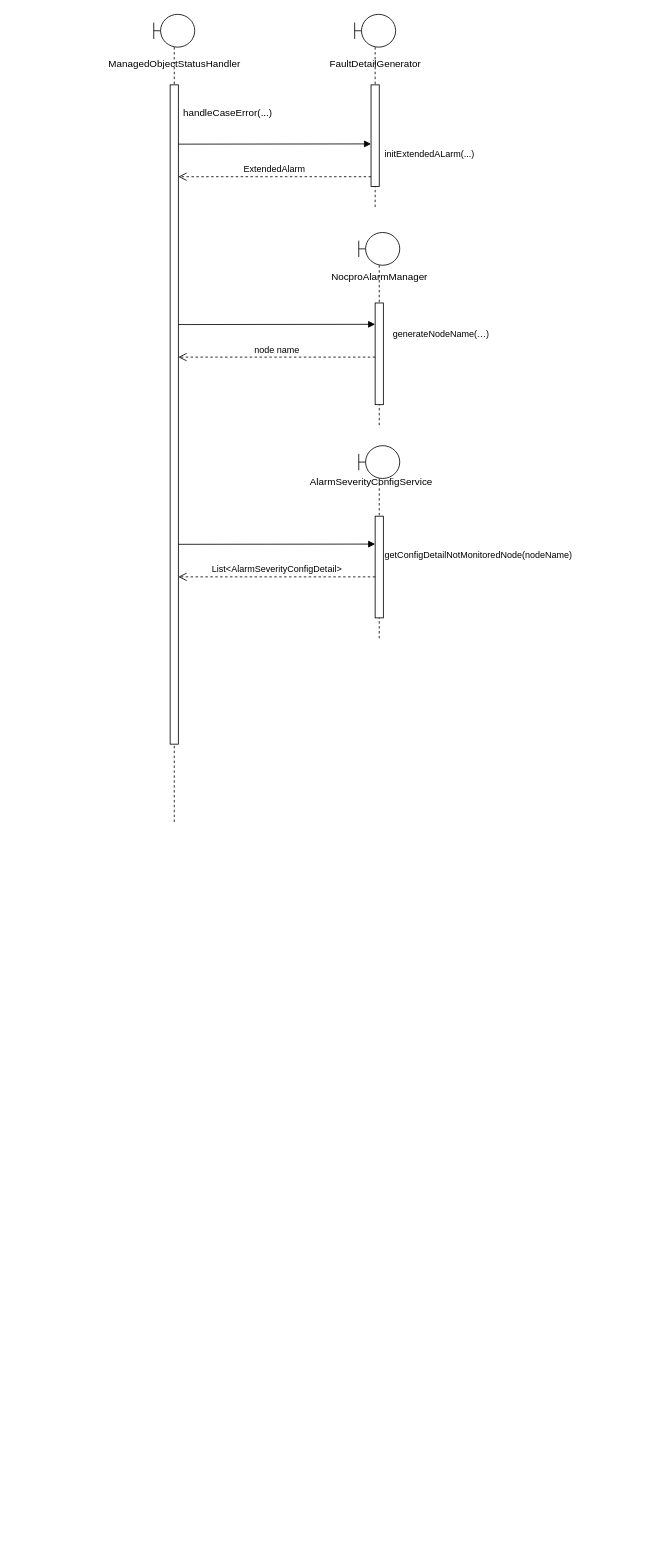
hiep1097/drawio keeps this draw.io diagram as page "Luồng dữ liệu" (2 of 2) of change_alarm_severity.drawio. Above is the earlier version. Source tidied: cells renumbered, new cells numbered last; positions are measured from the earlier drawing's top-left corner, leaving out a move shared by most shapes. Both pictures are drawn from the tidied source at 82%, with x=0, y=0 at pixel (100, 14).
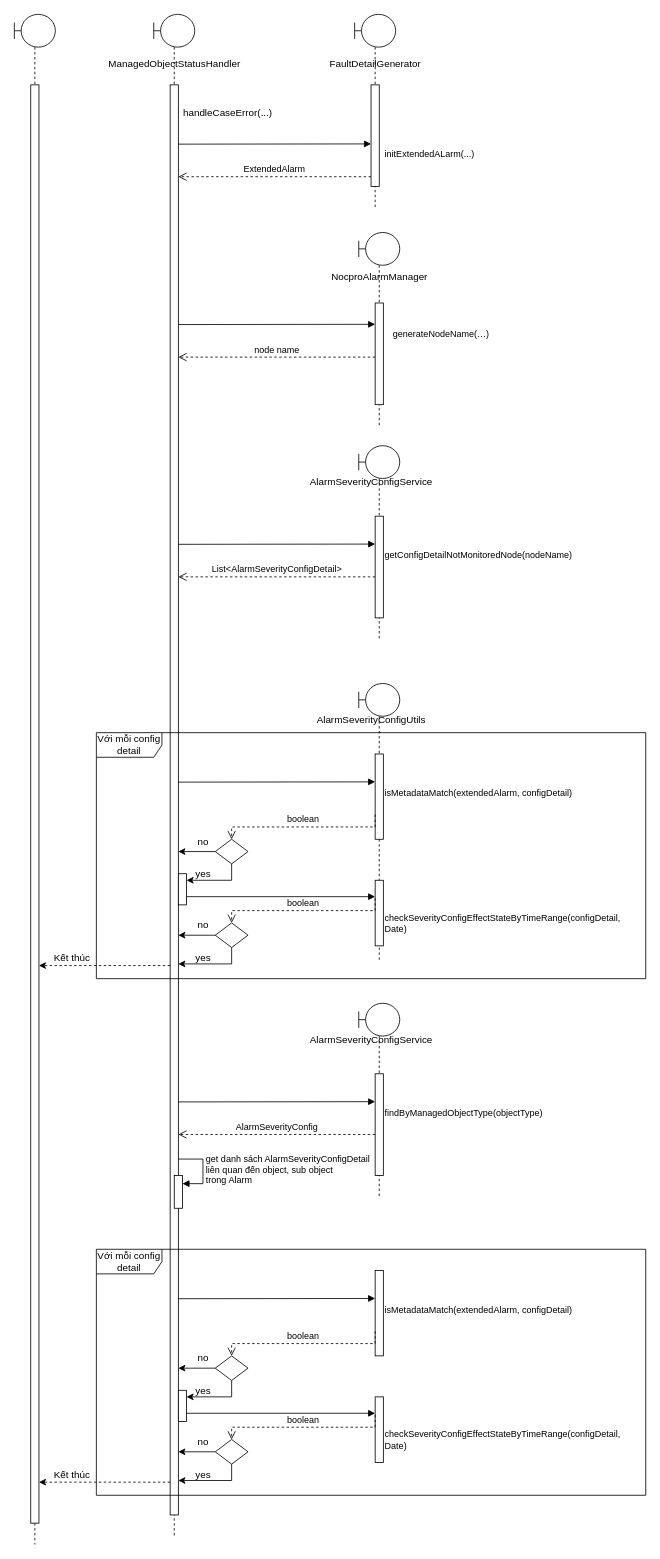
Above is the later version.

Commit message (it also covers changes not shown here):
Cập nhật change_alarm_severity.drawio

Change to the diagram source:
```diff
@@
     <mxCell id="2" style="shape=umlLifeline;perimeter=lifelinePerimeter;whiteSpace=wrap;html=1;newEdgeStyle={&quot;edgeStyle&quot;:&quot;elbowEdgeStyle&quot;,&quot;elbow&quot;:&quot;vertical&quot;,&quot;curved&quot;:0,&quot;rounded&quot;:0};participant=umlBoundary;" parent="1" vertex="1">
-      <mxGeometry x="65" width="50" height="986" as="geometry" />
+      <mxGeometry x="65" width="50" height="1856" as="geometry" />
     </mxCell>
     <mxCell id="3" style="html=1;points=[];perimeter=orthogonalPerimeter;outlineConnect=0;targetShapes=umlLifeline;portConstraint=eastwest;newEdgeStyle={&quot;edgeStyle&quot;:&quot;elbowEdgeStyle&quot;,&quot;elbow&quot;:&quot;vertical&quot;,&quot;curved&quot;:0,&quot;rounded&quot;:0};" parent="2" vertex="1">
-      <mxGeometry x="20" y="86" width="10" height="804" as="geometry" />
+      <mxGeometry x="20" y="86" width="10" height="1744" as="geometry" />
     </mxCell>
@@
+    <mxCell id="24" style="shape=umlLifeline;perimeter=lifelinePerimeter;whiteSpace=wrap;html=1;newEdgeStyle={&quot;edgeStyle&quot;:&quot;elbowEdgeStyle&quot;,&quot;elbow&quot;:&quot;vertical&quot;,&quot;curved&quot;:0,&quot;rounded&quot;:0};participant=umlBoundary;size=40;" parent="1" vertex="1">
+      <mxGeometry x="315" y="816" width="50" height="340" as="geometry" />
+    </mxCell>
+    <mxCell id="25" style="html=1;perimeter=orthogonalPerimeter;targetShapes=umlLifeline;newEdgeStyle={&quot;edgeStyle&quot;:&quot;elbowEdgeStyle&quot;,&quot;elbow&quot;:&quot;vertical&quot;,&quot;curved&quot;:0,&quot;rounded&quot;:0};" parent="24" vertex="1">
+      <mxGeometry x="20" y="86" width="10" height="104" as="geometry" />
+    </mxCell>
+    <mxCell id="26" value="AlarmSeverityConfigUtils" style="text;html=1;align=center;verticalAlign=middle;strokeColor=none;fillColor=none;fontSize=12;" parent="1" vertex="1">
+      <mxGeometry x="250" y="846" width="160" height="30" as="geometry" />
+    </mxCell>
+    <mxCell id="27" style="html=1;verticalAlign=bottom;endArrow=block;edgeStyle=elbowEdgeStyle;elbow=vertical;curved=0;rounded=0;" parent="1" edge="1">
+      <mxGeometry relative="1" as="geometry">
+        <mxPoint x="95" y="936.3" as="sourcePoint" />
+        <mxPoint x="335" y="936" as="targetPoint" />
+      </mxGeometry>
+    </mxCell>
+    <mxCell id="28" value="&lt;span style=&quot;font-size: 11px; background-color: rgb(255, 255, 255);&quot;&gt;isMetadataMatch(extendedAlarm, configDetail)&lt;/span&gt;" style="text;whiteSpace=wrap;html=1;" parent="1" vertex="1">
+      <mxGeometry x="345" y="936" width="240" height="40" as="geometry" />
+    </mxCell>
+    <mxCell id="29" value="boolean" style="html=1;verticalAlign=bottom;endArrow=open;dashed=1;endSize=8;edgeStyle=elbowEdgeStyle;elbow=vertical;curved=0;rounded=0;" parent="1" edge="1" target="31">
+      <mxGeometry relative="1" as="geometry">
+        <mxPoint x="335" y="976" as="sourcePoint" />
+      </mxGeometry>
+    </mxCell>
+    <mxCell id="30" value="Với mỗi config detail" style="shape=umlFrame;whiteSpace=wrap;html=1;width=80;height=30;" parent="1" vertex="1">
+      <mxGeometry x="-5" y="876" width="670" height="300" as="geometry" />
+    </mxCell>
+    <mxCell id="31" style="rhombus;whiteSpace=wrap;html=1;" parent="1" vertex="1">
+      <mxGeometry x="140" y="1006" width="40" height="30" as="geometry" />
+    </mxCell>
+    <mxCell id="32" style="endArrow=classic;html=1;rounded=0;" parent="1" edge="1" source="31" target="3">
+      <mxGeometry relative="1" as="geometry" />
+    </mxCell>
+    <mxCell id="33" value="no" style="text;html=1;align=center;verticalAlign=middle;strokeColor=none;fillColor=none;" parent="1" vertex="1">
+      <mxGeometry x="105" y="994" width="40" height="30" as="geometry" />
+    </mxCell>
+    <mxCell id="34" style="endArrow=classic;html=1;rounded=0;" parent="1" edge="1" source="31" target="49">
+      <mxGeometry relative="1" as="geometry">
+        <Array as="points">
+          <mxPoint x="160" y="1056" />
+        </Array>
+      </mxGeometry>
+    </mxCell>
+    <mxCell id="35" value="yes" style="text;html=1;align=center;verticalAlign=middle;strokeColor=none;fillColor=none;" parent="1" vertex="1">
+      <mxGeometry x="105" y="1034" width="40" height="30" as="geometry" />
+    </mxCell>
+    <mxCell id="36" style="html=1;perimeter=orthogonalPerimeter;targetShapes=umlLifeline;newEdgeStyle={&quot;edgeStyle&quot;:&quot;elbowEdgeStyle&quot;,&quot;elbow&quot;:&quot;vertical&quot;,&quot;curved&quot;:0,&quot;rounded&quot;:0};" parent="1" vertex="1">
+      <mxGeometry x="335" y="1056" width="10" height="80" as="geometry" />
+    </mxCell>
+    <mxCell id="37" value="&lt;span style=&quot;font-size: 11px; background-color: rgb(255, 255, 255);&quot;&gt;checkSeverityConfigEffectStateByTimeRange(configDetail, Date)&lt;/span&gt;" style="text;whiteSpace=wrap;html=1;" parent="1" vertex="1">
+      <mxGeometry x="345" y="1088" width="220" height="38" as="geometry" />
+    </mxCell>
+    <mxCell id="38" style="html=1;verticalAlign=bottom;endArrow=block;edgeStyle=elbowEdgeStyle;elbow=vertical;curved=0;rounded=0;" parent="1" edge="1" source="49">
+      <mxGeometry relative="1" as="geometry">
+        <mxPoint x="335" y="1076.1" as="targetPoint" />
+      </mxGeometry>
+    </mxCell>
+    <mxCell id="39" value="boolean" style="html=1;verticalAlign=bottom;endArrow=open;dashed=1;endSize=8;edgeStyle=elbowEdgeStyle;elbow=vertical;curved=0;rounded=0;" parent="1" edge="1" target="40">
+      <mxGeometry relative="1" as="geometry">
+        <mxPoint x="335" y="1078" as="sourcePoint" />
+      </mxGeometry>
+    </mxCell>
+    <mxCell id="40" style="rhombus;whiteSpace=wrap;html=1;" parent="1" vertex="1">
+      <mxGeometry x="140" y="1108" width="40" height="30" as="geometry" />
+    </mxCell>
+    <mxCell id="41" value="no" style="text;html=1;align=center;verticalAlign=middle;strokeColor=none;fillColor=none;" parent="1" vertex="1">
+      <mxGeometry x="105" y="1096" width="40" height="30" as="geometry" />
+    </mxCell>
+    <mxCell id="42" style="endArrow=classic;html=1;rounded=0;" parent="1" edge="1" source="40">
+      <mxGeometry relative="1" as="geometry">
+        <mxPoint x="95" y="1158" as="targetPoint" />
+        <Array as="points">
+          <mxPoint x="160" y="1158" />
+        </Array>
+      </mxGeometry>
+    </mxCell>
+    <mxCell id="43" value="yes" style="text;html=1;align=center;verticalAlign=middle;strokeColor=none;fillColor=none;" parent="1" vertex="1">
+      <mxGeometry x="105" y="1136" width="40" height="30" as="geometry" />
+    </mxCell>
+    <mxCell id="44" style="endArrow=classic;html=1;rounded=0;" parent="1" edge="1" source="40" target="3">
+      <mxGeometry relative="1" as="geometry" />
+    </mxCell>
+    <mxCell id="45" style="shape=umlLifeline;perimeter=lifelinePerimeter;whiteSpace=wrap;html=1;newEdgeStyle={&quot;edgeStyle&quot;:&quot;elbowEdgeStyle&quot;,&quot;elbow&quot;:&quot;vertical&quot;,&quot;curved&quot;:0,&quot;rounded&quot;:0};participant=umlBoundary;" parent="1" vertex="1">
+      <mxGeometry x="-105" width="50" height="1866" as="geometry" />
+    </mxCell>
+    <mxCell id="46" style="html=1;perimeter=orthogonalPerimeter;targetShapes=umlLifeline;newEdgeStyle={&quot;edgeStyle&quot;:&quot;elbowEdgeStyle&quot;,&quot;elbow&quot;:&quot;vertical&quot;,&quot;curved&quot;:0,&quot;rounded&quot;:0};" parent="45" vertex="1">
+      <mxGeometry x="20" y="86" width="10" height="1754" as="geometry" />
+    </mxCell>
+    <mxCell id="47" style="endArrow=classic;html=1;rounded=0;dashed=1;" parent="1" edge="1">
+      <mxGeometry relative="1" as="geometry">
+        <mxPoint x="85" y="1160" as="sourcePoint" />
+        <mxPoint x="-75" y="1160" as="targetPoint" />
+      </mxGeometry>
+    </mxCell>
+    <mxCell id="48" value="Kết thúc" style="text;html=1;align=center;verticalAlign=middle;strokeColor=none;fillColor=none;" parent="1" vertex="1">
+      <mxGeometry x="-70" y="1136" width="70" height="30" as="geometry" />
+    </mxCell>
+    <mxCell id="49" style="html=1;points=[];perimeter=orthogonalPerimeter;outlineConnect=0;targetShapes=umlLifeline;portConstraint=eastwest;newEdgeStyle={&quot;edgeStyle&quot;:&quot;elbowEdgeStyle&quot;,&quot;elbow&quot;:&quot;vertical&quot;,&quot;curved&quot;:0,&quot;rounded&quot;:0};" parent="1" vertex="1">
+      <mxGeometry x="95" y="1048" width="10" height="38" as="geometry" />
+    </mxCell>
+    <mxCell id="50" style="shape=umlLifeline;perimeter=lifelinePerimeter;whiteSpace=wrap;html=1;newEdgeStyle={&quot;edgeStyle&quot;:&quot;elbowEdgeStyle&quot;,&quot;elbow&quot;:&quot;vertical&quot;,&quot;curved&quot;:0,&quot;rounded&quot;:0};participant=umlBoundary;size=40;" parent="1" vertex="1">
+      <mxGeometry x="315" y="1206" width="50" height="236" as="geometry" />
+    </mxCell>
+    <mxCell id="51" style="html=1;perimeter=orthogonalPerimeter;targetShapes=umlLifeline;newEdgeStyle={&quot;edgeStyle&quot;:&quot;elbowEdgeStyle&quot;,&quot;elbow&quot;:&quot;vertical&quot;,&quot;curved&quot;:0,&quot;rounded&quot;:0};" parent="50" vertex="1">
+      <mxGeometry x="20" y="86" width="10" height="124" as="geometry" />
+    </mxCell>
+    <mxCell id="52" value="AlarmSeverityConfigService" style="text;html=1;align=center;verticalAlign=middle;strokeColor=none;fillColor=none;fontSize=12;" parent="1" vertex="1">
+      <mxGeometry x="245" y="1236" width="170" height="30" as="geometry" />
+    </mxCell>
+    <mxCell id="53" style="html=1;verticalAlign=bottom;endArrow=block;edgeStyle=elbowEdgeStyle;elbow=vertical;curved=0;rounded=0;" parent="1" edge="1">
+      <mxGeometry relative="1" as="geometry">
+        <mxPoint x="95" y="1326.3" as="sourcePoint" />
+        <mxPoint x="335" y="1326" as="targetPoint" />
+      </mxGeometry>
+    </mxCell>
+    <mxCell id="54" value="&lt;span style=&quot;color: rgb(0, 0, 0); font-family: Helvetica; font-size: 11px; font-style: normal; font-variant-ligatures: normal; font-variant-caps: normal; font-weight: 400; letter-spacing: normal; orphans: 2; text-align: left; text-indent: 0px; text-transform: none; widows: 2; word-spacing: 0px; -webkit-text-stroke-width: 0px; background-color: rgb(255, 255, 255); text-decoration-thickness: initial; text-decoration-style: initial; text-decoration-color: initial; float: none; display: inline !important;&quot;&gt;findByManagedObjectType(objectType)&lt;/span&gt;" style="text;whiteSpace=wrap;html=1;" parent="1" vertex="1">
+      <mxGeometry x="345" y="1326" width="140" height="40" as="geometry" />
+    </mxCell>
+    <mxCell id="55" value="AlarmSeverityConfig" style="html=1;verticalAlign=bottom;endArrow=open;dashed=1;endSize=8;edgeStyle=elbowEdgeStyle;elbow=vertical;curved=0;rounded=0;" parent="1" edge="1">
+      <mxGeometry relative="1" as="geometry">
+        <mxPoint x="335" y="1366" as="sourcePoint" />
+        <mxPoint x="95" y="1366" as="targetPoint" />
+      </mxGeometry>
+    </mxCell>
+    <mxCell id="56" style="html=1;points=[];perimeter=orthogonalPerimeter;outlineConnect=0;targetShapes=umlLifeline;portConstraint=eastwest;newEdgeStyle={&quot;edgeStyle&quot;:&quot;elbowEdgeStyle&quot;,&quot;elbow&quot;:&quot;vertical&quot;,&quot;curved&quot;:0,&quot;rounded&quot;:0};" parent="1" vertex="1">
+      <mxGeometry x="90" y="1416" width="10" height="40" as="geometry" />
+    </mxCell>
+    <mxCell id="57" value="get danh sách AlarmSeverityConfigDetail&lt;br&gt;liên quan đến object, sub object &lt;br&gt;trong Alarm" style="html=1;align=left;spacingLeft=2;endArrow=block;rounded=0;edgeStyle=orthogonalEdgeStyle;curved=0;rounded=0;" parent="1" edge="1" target="56">
+      <mxGeometry relative="1" as="geometry">
+        <mxPoint x="95" y="1396" as="sourcePoint" />
+        <Array as="points">
+          <mxPoint x="125" y="1426" />
+        </Array>
+      </mxGeometry>
+    </mxCell>
+    <mxCell id="58" style="html=1;perimeter=orthogonalPerimeter;targetShapes=umlLifeline;newEdgeStyle={&quot;edgeStyle&quot;:&quot;elbowEdgeStyle&quot;,&quot;elbow&quot;:&quot;vertical&quot;,&quot;curved&quot;:0,&quot;rounded&quot;:0};" parent="1" vertex="1">
+      <mxGeometry x="335" y="1532" width="10" height="104" as="geometry" />
+    </mxCell>
+    <mxCell id="59" style="html=1;verticalAlign=bottom;endArrow=block;edgeStyle=elbowEdgeStyle;elbow=vertical;curved=0;rounded=0;" parent="1" edge="1">
+      <mxGeometry relative="1" as="geometry">
+        <mxPoint x="95" y="1566.3" as="sourcePoint" />
+        <mxPoint x="335" y="1566" as="targetPoint" />
+      </mxGeometry>
+    </mxCell>
+    <mxCell id="60" value="&lt;span style=&quot;font-size: 11px; background-color: rgb(255, 255, 255);&quot;&gt;isMetadataMatch(extendedAlarm, configDetail)&lt;/span&gt;" style="text;whiteSpace=wrap;html=1;" parent="1" vertex="1">
+      <mxGeometry x="345" y="1566" width="240" height="40" as="geometry" />
+    </mxCell>
+    <mxCell id="61" value="boolean" style="html=1;verticalAlign=bottom;endArrow=open;dashed=1;endSize=8;edgeStyle=elbowEdgeStyle;elbow=vertical;curved=0;rounded=0;" parent="1" edge="1" target="63">
+      <mxGeometry relative="1" as="geometry">
+        <mxPoint x="335" y="1606" as="sourcePoint" />
+      </mxGeometry>
+    </mxCell>
+    <mxCell id="62" value="Với mỗi config detail" style="shape=umlFrame;whiteSpace=wrap;html=1;width=80;height=30;" parent="1" vertex="1">
+      <mxGeometry x="-5" y="1506" width="670" height="300" as="geometry" />
+    </mxCell>
+    <mxCell id="63" style="rhombus;whiteSpace=wrap;html=1;" parent="1" vertex="1">
+      <mxGeometry x="140" y="1636" width="40" height="30" as="geometry" />
+    </mxCell>
+    <mxCell id="64" style="endArrow=classic;html=1;rounded=0;" parent="1" edge="1" source="63">
+      <mxGeometry relative="1" as="geometry">
+        <mxPoint x="95" y="1651" as="targetPoint" />
+      </mxGeometry>
+    </mxCell>
+    <mxCell id="65" value="no" style="text;html=1;align=center;verticalAlign=middle;strokeColor=none;fillColor=none;" parent="1" vertex="1">
+      <mxGeometry x="105" y="1624" width="40" height="30" as="geometry" />
+    </mxCell>
+    <mxCell id="66" style="endArrow=classic;html=1;rounded=0;" parent="1" edge="1" source="63" target="79">
+      <mxGeometry relative="1" as="geometry">
+        <Array as="points">
+          <mxPoint x="160" y="1686" />
+        </Array>
+      </mxGeometry>
+    </mxCell>
+    <mxCell id="67" value="yes" style="text;html=1;align=center;verticalAlign=middle;strokeColor=none;fillColor=none;" parent="1" vertex="1">
+      <mxGeometry x="105" y="1664" width="40" height="30" as="geometry" />
+    </mxCell>
+    <mxCell id="68" style="html=1;perimeter=orthogonalPerimeter;targetShapes=umlLifeline;newEdgeStyle={&quot;edgeStyle&quot;:&quot;elbowEdgeStyle&quot;,&quot;elbow&quot;:&quot;vertical&quot;,&quot;curved&quot;:0,&quot;rounded&quot;:0};" parent="1" vertex="1">
+      <mxGeometry x="335" y="1686" width="10" height="80" as="geometry" />
+    </mxCell>
+    <mxCell id="69" value="&lt;span style=&quot;font-size: 11px; background-color: rgb(255, 255, 255);&quot;&gt;checkSeverityConfigEffectStateByTimeRange(configDetail, Date)&lt;/span&gt;" style="text;whiteSpace=wrap;html=1;" parent="1" vertex="1">
+      <mxGeometry x="345" y="1718" width="220" height="38" as="geometry" />
+    </mxCell>
+    <mxCell id="70" style="html=1;verticalAlign=bottom;endArrow=block;edgeStyle=elbowEdgeStyle;elbow=vertical;curved=0;rounded=0;" parent="1" edge="1" source="79">
+      <mxGeometry relative="1" as="geometry">
+        <mxPoint x="335" y="1706.1" as="targetPoint" />
+      </mxGeometry>
+    </mxCell>
+    <mxCell id="71" value="boolean" style="html=1;verticalAlign=bottom;endArrow=open;dashed=1;endSize=8;edgeStyle=elbowEdgeStyle;elbow=vertical;curved=0;rounded=0;" parent="1" edge="1" target="72">
+      <mxGeometry relative="1" as="geometry">
+        <mxPoint x="335" y="1708" as="sourcePoint" />
+      </mxGeometry>
+    </mxCell>
+    <mxCell id="72" style="rhombus;whiteSpace=wrap;html=1;" parent="1" vertex="1">
+      <mxGeometry x="140" y="1738" width="40" height="30" as="geometry" />
+    </mxCell>
+    <mxCell id="73" value="no" style="text;html=1;align=center;verticalAlign=middle;strokeColor=none;fillColor=none;" parent="1" vertex="1">
+      <mxGeometry x="105" y="1726" width="40" height="30" as="geometry" />
+    </mxCell>
+    <mxCell id="74" style="endArrow=classic;html=1;rounded=0;" parent="1" edge="1" source="72">
+      <mxGeometry relative="1" as="geometry">
+        <mxPoint x="95" y="1788" as="targetPoint" />
+        <Array as="points">
+          <mxPoint x="160" y="1788" />
+        </Array>
+      </mxGeometry>
+    </mxCell>
+    <mxCell id="75" value="yes" style="text;html=1;align=center;verticalAlign=middle;strokeColor=none;fillColor=none;" parent="1" vertex="1">
+      <mxGeometry x="105" y="1766" width="40" height="30" as="geometry" />
+    </mxCell>
+    <mxCell id="76" style="endArrow=classic;html=1;rounded=0;" parent="1" edge="1" source="72">
+      <mxGeometry relative="1" as="geometry">
+        <mxPoint x="95" y="1753" as="targetPoint" />
+      </mxGeometry>
+    </mxCell>
+    <mxCell id="77" style="endArrow=classic;html=1;rounded=0;dashed=1;" parent="1" edge="1">
+      <mxGeometry relative="1" as="geometry">
+        <mxPoint x="85" y="1790" as="sourcePoint" />
+        <mxPoint x="-75" y="1790" as="targetPoint" />
+      </mxGeometry>
+    </mxCell>
+    <mxCell id="78" value="Kết thúc" style="text;html=1;align=center;verticalAlign=middle;strokeColor=none;fillColor=none;" parent="1" vertex="1">
+      <mxGeometry x="-70" y="1766" width="70" height="30" as="geometry" />
+    </mxCell>
+    <mxCell id="79" style="html=1;points=[];perimeter=orthogonalPerimeter;outlineConnect=0;targetShapes=umlLifeline;portConstraint=eastwest;newEdgeStyle={&quot;edgeStyle&quot;:&quot;elbowEdgeStyle&quot;,&quot;elbow&quot;:&quot;vertical&quot;,&quot;curved&quot;:0,&quot;rounded&quot;:0};" parent="1" vertex="1">
+      <mxGeometry x="95" y="1678" width="10" height="38" as="geometry" />
+    </mxCell>
```
